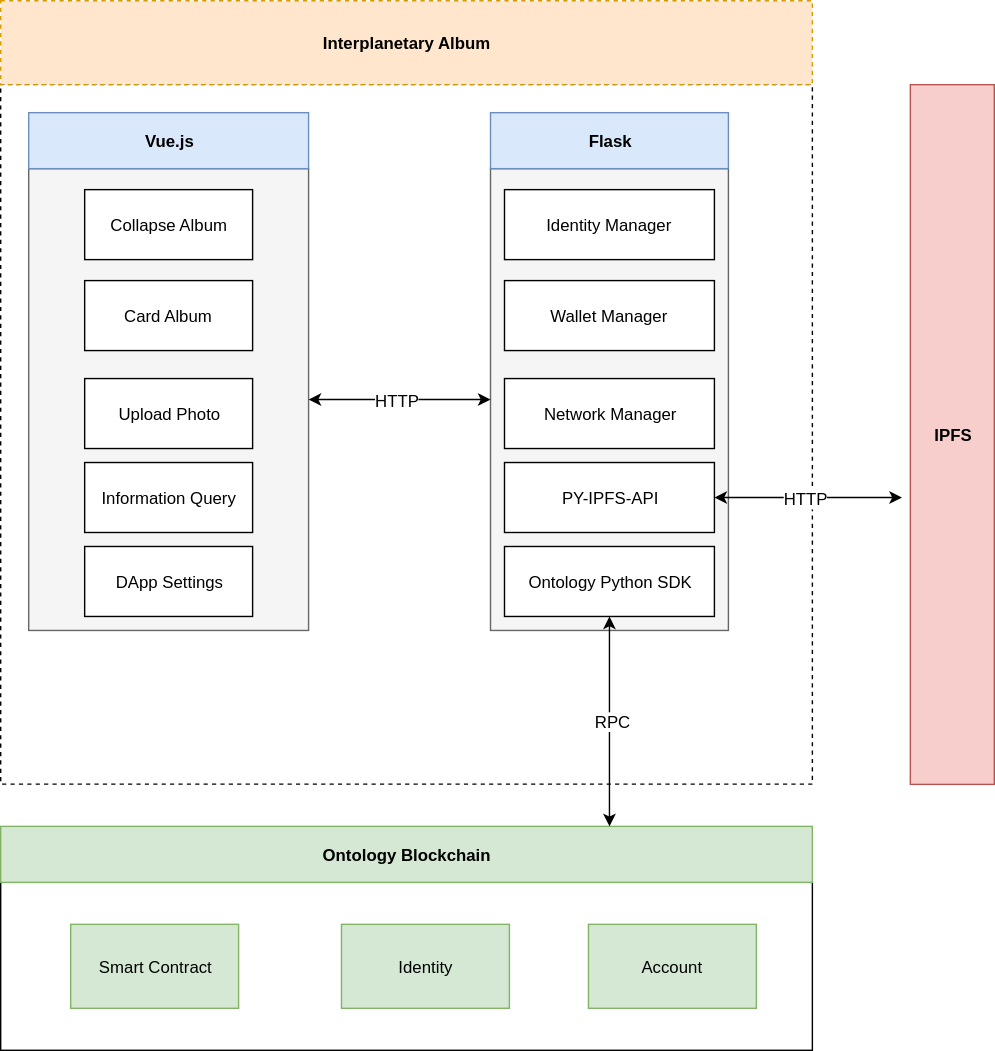
Above: img/interplanetary-album.svg in punica-box/interplanetary-album-box (draw.io), before the change. Source tidied: cells renumbered, new cells last; positions are measured from the earlier drawing's top-left corner, leaving out a move shared by most shapes. The source it was exported from:
```xml
<mxGraphModel background="#ffffff">
  <root>
    <mxCell id="0" />
    <mxCell id="1" parent="0" />
    <mxCell id="2" style="rounded=0;whiteSpace=wrap;html=1;dashed=1;" parent="1" vertex="1">
      <mxGeometry y="59.8" width="580" height="500" as="geometry" />
    </mxCell>
    <mxCell id="3" style="rounded=0;whiteSpace=wrap;html=1;fillColor=#f5f5f5;strokeColor=#666666;" parent="1" vertex="1">
      <mxGeometry x="20" y="120" width="200" height="330" as="geometry" />
    </mxCell>
    <mxCell id="4" value="&lt;b&gt;Vue.js&lt;/b&gt;" style="rounded=0;whiteSpace=wrap;html=1;fillColor=#dae8fc;strokeColor=#6c8ebf;" parent="1" vertex="1">
      <mxGeometry x="20" y="80" width="200" height="40" as="geometry" />
    </mxCell>
    <mxCell id="5" value="Collapse Album" style="rounded=0;whiteSpace=wrap;html=1;" parent="1" vertex="1">
      <mxGeometry x="60" y="135" width="120" height="50" as="geometry" />
    </mxCell>
    <mxCell id="6" value="Card Album" style="rounded=0;whiteSpace=wrap;html=1;" parent="1" vertex="1">
      <mxGeometry x="60" y="200" width="120" height="50" as="geometry" />
    </mxCell>
    <mxCell id="7" value="Information Query" style="rounded=0;whiteSpace=wrap;html=1;" parent="1" vertex="1">
      <mxGeometry x="60" y="330" width="120" height="50" as="geometry" />
    </mxCell>
    <mxCell id="8" value="Upload Photo" style="rounded=0;whiteSpace=wrap;html=1;" parent="1" vertex="1">
      <mxGeometry x="60" y="270" width="120" height="50" as="geometry" />
    </mxCell>
    <mxCell id="9" value="DApp Settings&lt;br&gt;" style="rounded=0;whiteSpace=wrap;html=1;" parent="1" vertex="1">
      <mxGeometry x="60" y="390" width="120" height="50" as="geometry" />
    </mxCell>
    <mxCell id="10" style="rounded=0;whiteSpace=wrap;html=1;fillColor=#f5f5f5;strokeColor=#666666;" parent="1" vertex="1">
      <mxGeometry x="350" y="120" width="170" height="330" as="geometry" />
    </mxCell>
    <mxCell id="11" value="&lt;b&gt;Flask&lt;/b&gt;" style="rounded=0;whiteSpace=wrap;html=1;fillColor=#dae8fc;strokeColor=#6c8ebf;" parent="1" vertex="1">
      <mxGeometry x="350" y="80" width="170" height="40" as="geometry" />
    </mxCell>
    <mxCell id="12" style="rounded=0;whiteSpace=wrap;html=1;" parent="1" vertex="1">
      <mxGeometry y="630" width="580" height="120" as="geometry" />
    </mxCell>
    <mxCell id="13" value="&lt;b&gt;Ontology Blockchain&lt;/b&gt;" style="rounded=0;whiteSpace=wrap;html=1;fillColor=#d5e8d4;strokeColor=#82b366;" parent="1" vertex="1">
      <mxGeometry y="590" width="580" height="40" as="geometry" />
    </mxCell>
    <mxCell id="14" value="Smart Contract" style="rounded=0;whiteSpace=wrap;html=1;fillColor=#d5e8d4;strokeColor=#82b366;" parent="1" vertex="1">
      <mxGeometry x="50" y="660" width="120" height="60" as="geometry" />
    </mxCell>
    <mxCell id="15" value="Account" style="rounded=0;whiteSpace=wrap;html=1;fillColor=#d5e8d4;strokeColor=#82b366;" parent="1" vertex="1">
      <mxGeometry x="420" y="660" width="120" height="60" as="geometry" />
    </mxCell>
    <mxCell id="16" style="endArrow=classic;startArrow=classic;html=1;entryX=0;entryY=0.5;" parent="1" edge="1" target="10">
      <mxGeometry relative="1" as="geometry">
        <mxPoint x="220" y="285" as="sourcePoint" />
      </mxGeometry>
    </mxCell>
    <mxCell id="17" value="HTTP" style="text;html=1;align=center;verticalAlign=middle;labelBackgroundColor=#ffffff;" parent="16" vertex="1">
      <mxGeometry x="0.13" y="-3" relative="1" as="geometry">
        <mxPoint x="-11" y="-3" as="offset" />
      </mxGeometry>
    </mxCell>
    <mxCell id="18" value="Wallet Manager" style="rounded=0;whiteSpace=wrap;html=1;" parent="1" vertex="1">
      <mxGeometry x="360" y="200" width="150" height="50" as="geometry" />
    </mxCell>
    <mxCell id="19" value="Network Manager" style="rounded=0;whiteSpace=wrap;html=1;" parent="1" vertex="1">
      <mxGeometry x="360" y="270" width="150" height="50" as="geometry" />
    </mxCell>
    <mxCell id="20" value="Ontology Python SDK" style="rounded=0;whiteSpace=wrap;html=1;" parent="1" vertex="1">
      <mxGeometry x="360" y="390" width="150" height="50" as="geometry" />
    </mxCell>
    <mxCell id="21" style="endArrow=classic;startArrow=classic;html=1;entryX=0.5;entryY=1;exitX=0.75;exitY=0;" parent="1" edge="1" source="13" target="20">
      <mxGeometry relative="1" as="geometry" />
    </mxCell>
    <mxCell id="22" value="RPC" style="text;html=1;align=center;verticalAlign=middle;labelBackgroundColor=#ffffff;" parent="21" vertex="1">
      <mxGeometry x="0.01" y="-2" relative="1" as="geometry" />
    </mxCell>
    <mxCell id="23" value="&lt;b&gt;Interplanetary Album&lt;/b&gt;" style="rounded=0;whiteSpace=wrap;html=1;dashed=1;fillColor=#ffe6cc;strokeColor=#d79b00;" parent="1" vertex="1">
      <mxGeometry width="580" height="60" as="geometry" />
    </mxCell>
    <mxCell id="24" value="Identity Manager" style="rounded=0;whiteSpace=wrap;html=1;" parent="1" vertex="1">
      <mxGeometry x="360" y="135" width="150" height="50" as="geometry" />
    </mxCell>
    <mxCell id="25" value="Identity" style="rounded=0;whiteSpace=wrap;html=1;fillColor=#d5e8d4;strokeColor=#82b366;" parent="1" vertex="1">
      <mxGeometry x="243.5" y="660" width="120" height="60" as="geometry" />
    </mxCell>
    <mxCell id="26" value="&lt;b&gt;IPFS&lt;/b&gt;" style="rounded=0;whiteSpace=wrap;html=1;fillColor=#f8cecc;strokeColor=#b85450;" parent="1" vertex="1">
      <mxGeometry x="650" y="60" width="60" height="500" as="geometry" />
    </mxCell>
    <mxCell id="27" value="PY-IPFS-API" style="rounded=0;whiteSpace=wrap;html=1;" parent="1" vertex="1">
      <mxGeometry x="360" y="330" width="150" height="50" as="geometry" />
    </mxCell>
    <mxCell id="28" style="endArrow=classic;startArrow=classic;html=1;entryX=-0.093;entryY=0.589;entryPerimeter=0;" parent="1" edge="1" target="26">
      <mxGeometry relative="1" as="geometry">
        <mxPoint x="510" y="355" as="sourcePoint" />
      </mxGeometry>
    </mxCell>
    <mxCell id="29" value="HTTP" style="text;html=1;align=center;verticalAlign=middle;labelBackgroundColor=#ffffff;" parent="28" vertex="1">
      <mxGeometry x="0.13" y="-3" relative="1" as="geometry">
        <mxPoint x="-11" y="-3" as="offset" />
      </mxGeometry>
    </mxCell>
  </root>
</mxGraphModel>
```
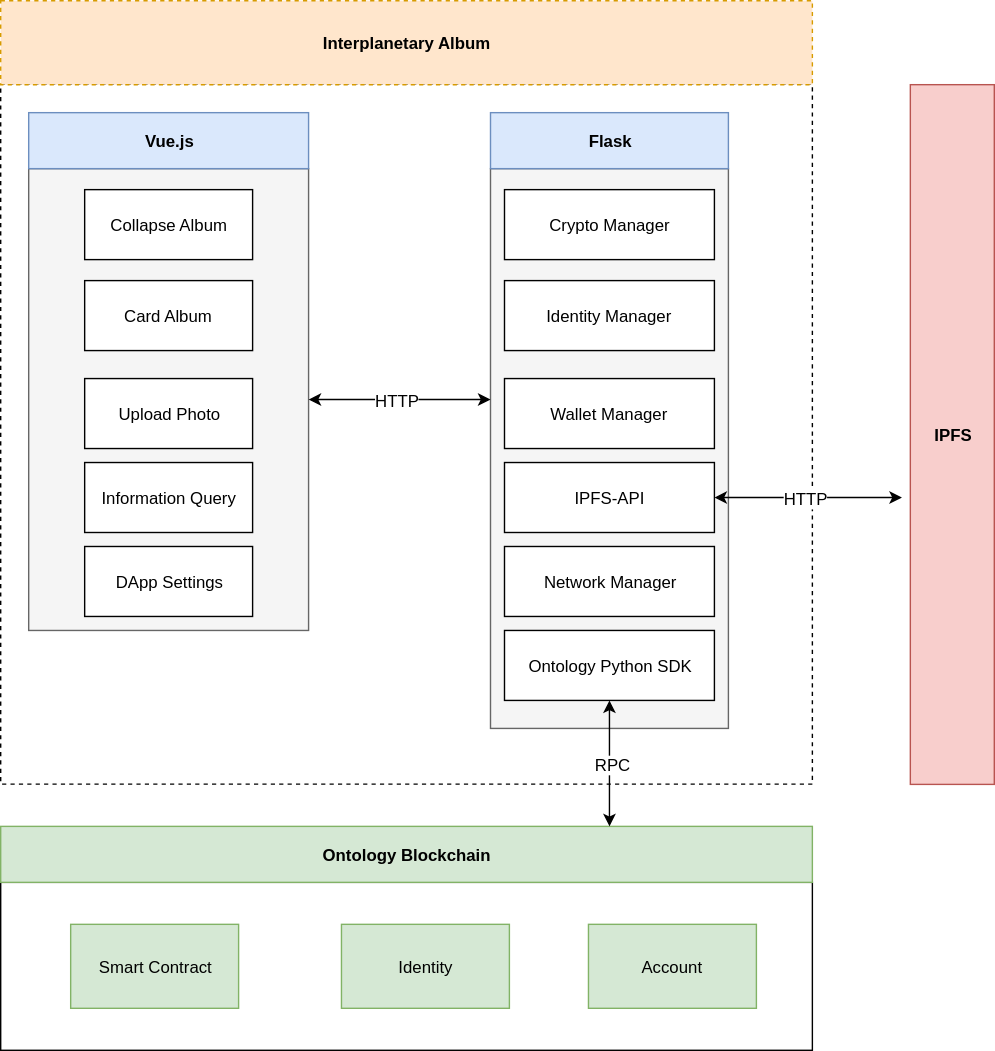
Above is the later version.

Diff of the diagram source:
```diff
@@ -27,7 +27,7 @@
       <mxGeometry x="60" y="390" width="120" height="50" as="geometry" />
     </mxCell>
     <mxCell id="10" style="rounded=0;whiteSpace=wrap;html=1;fillColor=#f5f5f5;strokeColor=#666666;" parent="1" vertex="1">
-      <mxGeometry x="350" y="120" width="170" height="330" as="geometry" />
+      <mxGeometry x="350" y="120" width="170" height="400" as="geometry" />
     </mxCell>
     <mxCell id="11" value="&lt;b&gt;Flask&lt;/b&gt;" style="rounded=0;whiteSpace=wrap;html=1;fillColor=#dae8fc;strokeColor=#6c8ebf;" parent="1" vertex="1">
       <mxGeometry x="350" y="80" width="170" height="40" as="geometry" />
@@ -44,9 +44,9 @@
     <mxCell id="15" value="Account" style="rounded=0;whiteSpace=wrap;html=1;fillColor=#d5e8d4;strokeColor=#82b366;" parent="1" vertex="1">
       <mxGeometry x="420" y="660" width="120" height="60" as="geometry" />
     </mxCell>
-    <mxCell id="16" style="endArrow=classic;startArrow=classic;html=1;entryX=0;entryY=0.5;" parent="1" edge="1" target="10">
+    <mxCell id="16" style="endArrow=classic;startArrow=classic;html=1;exitX=1;exitY=0.5;" parent="1" edge="1" source="3">
       <mxGeometry relative="1" as="geometry">
-        <mxPoint x="220" y="285" as="sourcePoint" />
+        <mxPoint x="350" y="285" as="targetPoint" />
       </mxGeometry>
     </mxCell>
     <mxCell id="17" value="HTTP" style="text;html=1;align=center;verticalAlign=middle;labelBackgroundColor=#ffffff;" parent="16" vertex="1">
@@ -55,13 +55,13 @@
       </mxGeometry>
     </mxCell>
     <mxCell id="18" value="Wallet Manager" style="rounded=0;whiteSpace=wrap;html=1;" parent="1" vertex="1">
-      <mxGeometry x="360" y="200" width="150" height="50" as="geometry" />
+      <mxGeometry x="360" y="270" width="150" height="50" as="geometry" />
     </mxCell>
     <mxCell id="19" value="Network Manager" style="rounded=0;whiteSpace=wrap;html=1;" parent="1" vertex="1">
-      <mxGeometry x="360" y="270" width="150" height="50" as="geometry" />
+      <mxGeometry x="360" y="390" width="150" height="50" as="geometry" />
     </mxCell>
     <mxCell id="20" value="Ontology Python SDK" style="rounded=0;whiteSpace=wrap;html=1;" parent="1" vertex="1">
-      <mxGeometry x="360" y="390" width="150" height="50" as="geometry" />
+      <mxGeometry x="360" y="450" width="150" height="50" as="geometry" />
     </mxCell>
     <mxCell id="21" style="endArrow=classic;startArrow=classic;html=1;entryX=0.5;entryY=1;exitX=0.75;exitY=0;" parent="1" edge="1" source="13" target="20">
       <mxGeometry relative="1" as="geometry" />
@@ -73,7 +73,7 @@
       <mxGeometry width="580" height="60" as="geometry" />
     </mxCell>
     <mxCell id="24" value="Identity Manager" style="rounded=0;whiteSpace=wrap;html=1;" parent="1" vertex="1">
-      <mxGeometry x="360" y="135" width="150" height="50" as="geometry" />
+      <mxGeometry x="360" y="200" width="150" height="50" as="geometry" />
     </mxCell>
     <mxCell id="25" value="Identity" style="rounded=0;whiteSpace=wrap;html=1;fillColor=#d5e8d4;strokeColor=#82b366;" parent="1" vertex="1">
       <mxGeometry x="243.5" y="660" width="120" height="60" as="geometry" />
@@ -81,7 +81,7 @@
     <mxCell id="26" value="&lt;b&gt;IPFS&lt;/b&gt;" style="rounded=0;whiteSpace=wrap;html=1;fillColor=#f8cecc;strokeColor=#b85450;" parent="1" vertex="1">
       <mxGeometry x="650" y="60" width="60" height="500" as="geometry" />
     </mxCell>
-    <mxCell id="27" value="PY-IPFS-API" style="rounded=0;whiteSpace=wrap;html=1;" parent="1" vertex="1">
+    <mxCell id="27" value="IPFS-API" style="rounded=0;whiteSpace=wrap;html=1;" parent="1" vertex="1">
       <mxGeometry x="360" y="330" width="150" height="50" as="geometry" />
     </mxCell>
     <mxCell id="28" style="endArrow=classic;startArrow=classic;html=1;entryX=-0.093;entryY=0.589;entryPerimeter=0;" parent="1" edge="1" target="26">
@@ -94,5 +94,8 @@
         <mxPoint x="-11" y="-3" as="offset" />
       </mxGeometry>
     </mxCell>
+    <mxCell id="30" value="Crypto Manager" style="rounded=0;whiteSpace=wrap;html=1;" parent="1" vertex="1">
+      <mxGeometry x="360" y="135" width="150" height="50" as="geometry" />
+    </mxCell>
   </root>
 </mxGraphModel>
```
